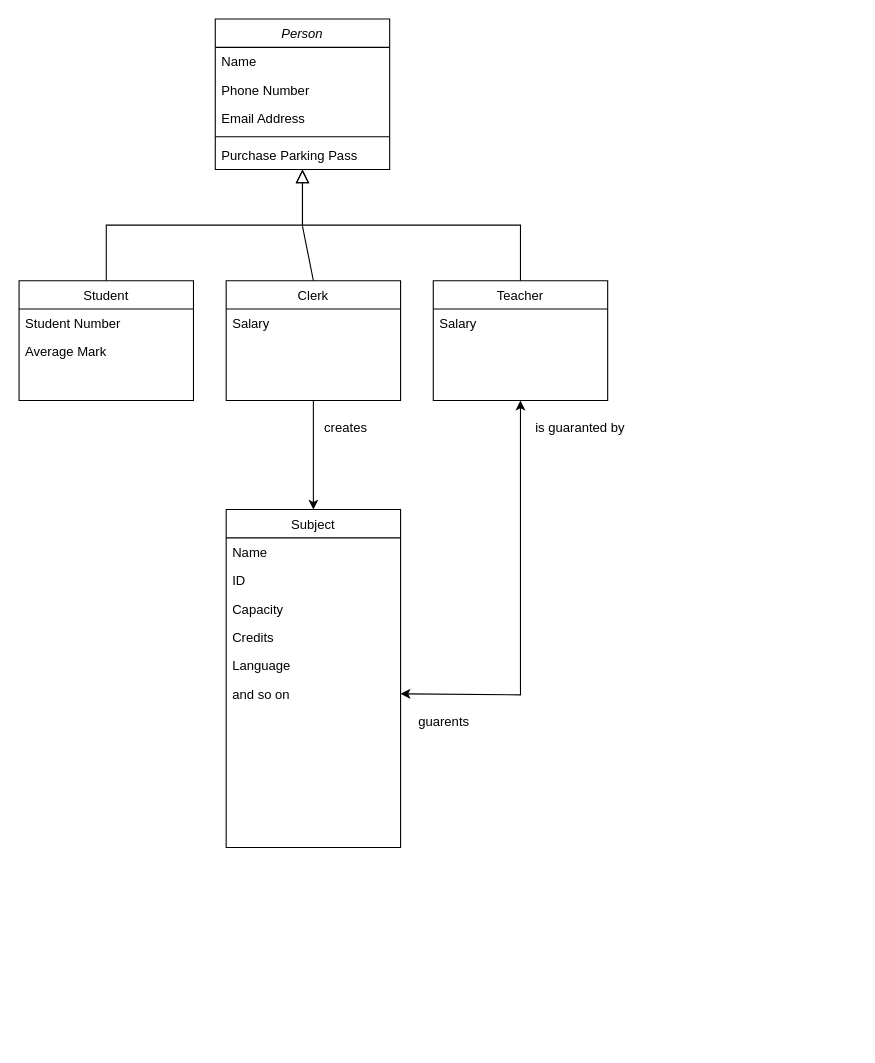
The draw.io diagram data/Domain_model.drawio in vestr-at-work/mff-uk-introduction-to-software-engineering, before the edit. Source tidied: cells renumbered, new cells numbered last; positions are measured from the earlier drawing's top-left corner, leaving out a move shared by most shapes. Both pictures are drawn from the tidied source at 109%, with x=0, y=0 at pixel (19, 19).
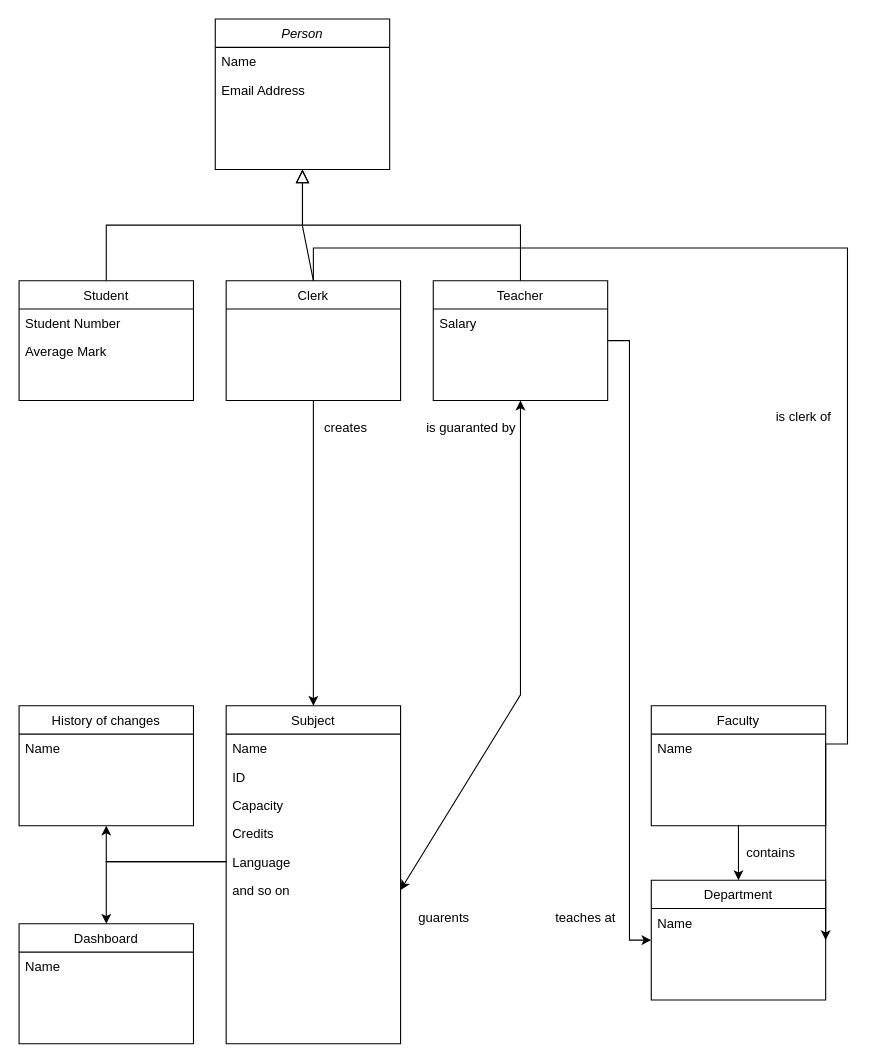
Above is the later version.

Commit message:
Add domain model

The change refers to these unchanged cells:
```xml
<mxCell id="2" value="Person" style="swimlane;fontStyle=2;align=center;verticalAlign=top;horizontal=1;startSize=26;rounded=0;shadow=0;strokeWidth=1;" parent="1" vertex="1">
  <mxGeometry x="180" width="160" height="138" as="geometry" />
</mxCell>
<mxCell id="12" value="Teacher" style="swimlane;fontStyle=0;align=center;verticalAlign=top;horizontal=1;startSize=26;rounded=0;shadow=0;strokeWidth=1;" parent="1" vertex="1">
  <mxGeometry x="380" y="240" width="160" height="110" as="geometry" />
</mxCell>
<mxCell id="20" value="Language" style="text;align=left;verticalAlign=top;spacingLeft=4;spacingRight=4;overflow=hidden;points=[[0,0.5],[1,0.5]];portConstraint=eastwest;rounded=0;shadow=0;html=0;" parent="15" vertex="1">
  <mxGeometry y="130" width="160" height="26" as="geometry" />
</mxCell>
<mxCell id="22" value="Clerk" style="swimlane;fontStyle=0;align=center;verticalAlign=top;horizontal=1;startSize=26;rounded=0;shadow=0;strokeWidth=1;" parent="1" vertex="1">
  <mxGeometry x="190" y="240" width="160" height="110" as="geometry" />
</mxCell>
```

What changed in the source:
```diff
@@
-    <mxCell id="4" value="Phone Number" style="text;align=left;verticalAlign=top;spacingLeft=4;spacingRight=4;overflow=hidden;rounded=0;shadow=0;html=0;" parent="2" vertex="1">
-      <mxGeometry y="52" width="160" height="26" as="geometry" />
-    </mxCell>
     <mxCell id="5" value="Email Address" style="text;align=left;verticalAlign=top;spacingLeft=4;spacingRight=4;overflow=hidden;rounded=0;shadow=0;html=0;" parent="2" vertex="1">
-      <mxGeometry y="78" width="160" height="26" as="geometry" />
+      <mxGeometry y="52" width="160" height="26" as="geometry" />
     </mxCell>
-    <mxCell id="6" style="line;html=1;strokeWidth=1;align=left;verticalAlign=middle;spacingTop=-1;spacingLeft=3;spacingRight=3;labelPosition=right;" parent="2" vertex="1">
-      <mxGeometry y="104" width="160" height="8" as="geometry" />
-    </mxCell>
-    <mxCell id="7" value="Purchase Parking Pass" style="text;align=left;verticalAlign=top;spacingLeft=4;spacingRight=4;overflow=hidden;" parent="2" vertex="1">
-      <mxGeometry y="112" width="160" height="26" as="geometry" />
-    </mxCell>
@@
     <mxCell id="15" value="Subject" style="swimlane;fontStyle=0;align=center;verticalAlign=top;horizontal=1;startSize=26;rounded=0;shadow=0;strokeWidth=1;" parent="1" vertex="1">
-      <mxGeometry x="190" y="450" width="160" height="310" as="geometry" />
+      <mxGeometry x="190" y="630" width="160" height="310" as="geometry" />
     </mxCell>
@@
+    <mxCell id="30" style="edgeStyle=orthogonalEdgeStyle;rounded=0;jettySize=auto;html=1;entryX=1;entryY=0.5;entryDx=0;entryDy=0;" parent="1" edge="1" source="22" target="35">
+      <mxGeometry relative="1" as="geometry">
+        <Array as="points">
+          <mxPoint x="270" y="210" />
+          <mxPoint x="760" y="210" />
+          <mxPoint x="760" y="665" />
+        </Array>
+      </mxGeometry>
+    </mxCell>
@@
-    <mxCell id="23" value="Salary" style="text;align=left;verticalAlign=top;spacingLeft=4;spacingRight=4;overflow=hidden;" parent="22" vertex="1">
-      <mxGeometry y="26" width="160" height="26" as="geometry" />
-    </mxCell>
@@
     <mxCell id="28" value="guarents" style="text;html=1;strokeColor=none;fillColor=none;align=center;verticalAlign=middle;whiteSpace=wrap;rounded=0;" parent="1" vertex="1">
-      <mxGeometry x="360" y="630" width="60" height="30" as="geometry" />
+      <mxGeometry x="360" y="810" width="60" height="30" as="geometry" />
     </mxCell>
     <mxCell id="29" value="is guaranted by" style="text;html=1;strokeColor=none;fillColor=none;align=center;verticalAlign=middle;whiteSpace=wrap;rounded=0;" parent="1" vertex="1">
-      <mxGeometry x="470" y="360" width="90" height="30" as="geometry" />
+      <mxGeometry x="370" y="360" width="90" height="30" as="geometry" />
     </mxCell>
+    <mxCell id="31" style="edgeStyle=orthogonalEdgeStyle;rounded=0;jettySize=auto;html=1;entryX=0.5;entryY=0;entryDx=0;entryDy=0;" parent="1" edge="1" source="32" target="35">
+      <mxGeometry relative="1" as="geometry" />
+    </mxCell>
+    <mxCell id="32" value="Faculty" style="swimlane;fontStyle=0;align=center;verticalAlign=top;horizontal=1;startSize=26;rounded=0;shadow=0;strokeWidth=1;" parent="1" vertex="1">
+      <mxGeometry x="580" y="630" width="160" height="110" as="geometry" />
+    </mxCell>
+    <mxCell id="33" value="Name" style="text;align=left;verticalAlign=top;spacingLeft=4;spacingRight=4;overflow=hidden;" parent="32" vertex="1">
+      <mxGeometry y="26" width="160" height="26" as="geometry" />
+    </mxCell>
+    <mxCell id="34" style="edgeStyle=orthogonalEdgeStyle;rounded=0;jettySize=auto;html=1;exitX=1;exitY=0.5;exitDx=0;exitDy=0;entryX=0;entryY=0.5;entryDx=0;entryDy=0;" parent="1" edge="1" source="12" target="35">
+      <mxGeometry relative="1" as="geometry" />
+    </mxCell>
+    <mxCell id="35" value="Department" style="swimlane;fontStyle=0;align=center;verticalAlign=top;horizontal=1;startSize=26;rounded=0;shadow=0;strokeWidth=1;" parent="1" vertex="1">
+      <mxGeometry x="580" y="790" width="160" height="110" as="geometry" />
+    </mxCell>
+    <mxCell id="36" value="Name" style="text;align=left;verticalAlign=top;spacingLeft=4;spacingRight=4;overflow=hidden;" parent="35" vertex="1">
+      <mxGeometry y="26" width="160" height="26" as="geometry" />
+    </mxCell>
+    <mxCell id="37" value="contains" style="text;html=1;strokeColor=none;fillColor=none;align=center;verticalAlign=middle;whiteSpace=wrap;rounded=0;" parent="1" vertex="1">
+      <mxGeometry x="660" y="750" width="60" height="30" as="geometry" />
+    </mxCell>
+    <mxCell id="38" value="teaches at" style="text;html=1;strokeColor=none;fillColor=none;align=center;verticalAlign=middle;whiteSpace=wrap;rounded=0;" parent="1" vertex="1">
+      <mxGeometry x="490" y="810" width="60" height="30" as="geometry" />
+    </mxCell>
+    <mxCell id="39" value="is clerk of" style="text;html=1;strokeColor=none;fillColor=none;align=center;verticalAlign=middle;whiteSpace=wrap;rounded=0;" parent="1" vertex="1">
+      <mxGeometry x="690" y="350" width="60" height="30" as="geometry" />
+    </mxCell>
+    <mxCell id="40" value="Dashboard" style="swimlane;fontStyle=0;align=center;verticalAlign=top;horizontal=1;startSize=26;rounded=0;shadow=0;strokeWidth=1;" parent="1" vertex="1">
+      <mxGeometry y="830" width="160" height="110" as="geometry" />
+    </mxCell>
+    <mxCell id="41" value="Name" style="text;align=left;verticalAlign=top;spacingLeft=4;spacingRight=4;overflow=hidden;" parent="40" vertex="1">
+      <mxGeometry y="26" width="160" height="26" as="geometry" />
+    </mxCell>
+    <mxCell id="42" style="edgeStyle=orthogonalEdgeStyle;rounded=0;jettySize=auto;html=1;" parent="1" edge="1" source="20" target="40">
+      <mxGeometry relative="1" as="geometry" />
+    </mxCell>
+    <mxCell id="43" value="History of changes" style="swimlane;fontStyle=0;align=center;verticalAlign=top;horizontal=1;startSize=26;rounded=0;shadow=0;strokeWidth=1;" parent="1" vertex="1">
+      <mxGeometry y="630" width="160" height="110" as="geometry" />
+    </mxCell>
+    <mxCell id="44" value="Name" style="text;align=left;verticalAlign=top;spacingLeft=4;spacingRight=4;overflow=hidden;" parent="43" vertex="1">
+      <mxGeometry y="26" width="160" height="26" as="geometry" />
+    </mxCell>
+    <mxCell id="45" style="edgeStyle=orthogonalEdgeStyle;rounded=0;jettySize=auto;html=1;entryX=0.5;entryY=1;entryDx=0;entryDy=0;" parent="1" edge="1" source="20" target="43">
+      <mxGeometry relative="1" as="geometry" />
+    </mxCell>
```
